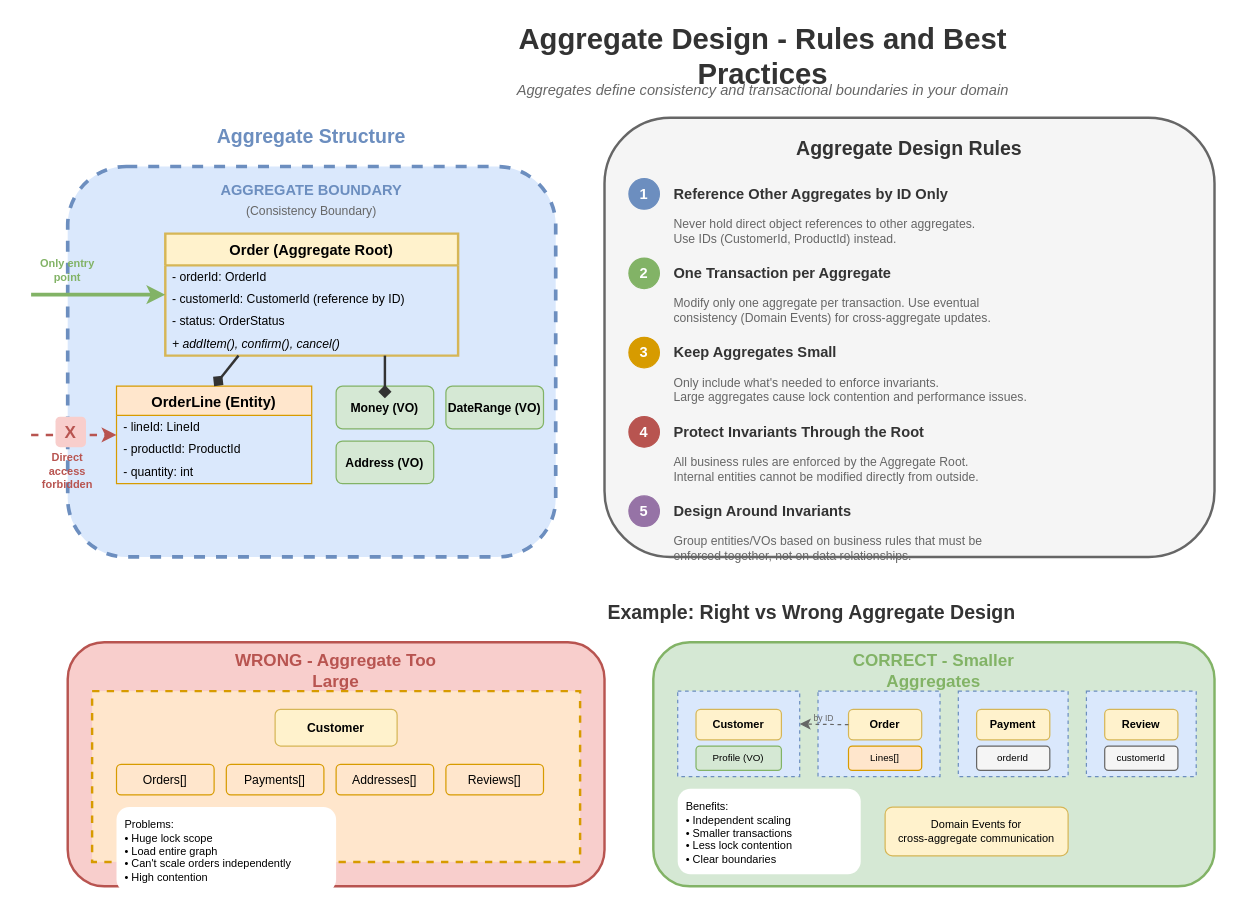
MrParkerZ7/document-lesson-software-architect-x-claude keeps this draw.io diagram as lesson-01-software-design-architecture/diagrams/1.5.3-ddd-aggregate-design.drawio. Above is the earlier version. Source tidied: cells renumbered, new cells numbered last; positions are measured from the earlier drawing's top-left corner, leaving out a move shared by most shapes. Both pictures are drawn from the tidied source at 122%, with x=0, y=0 at pixel (30, 32).
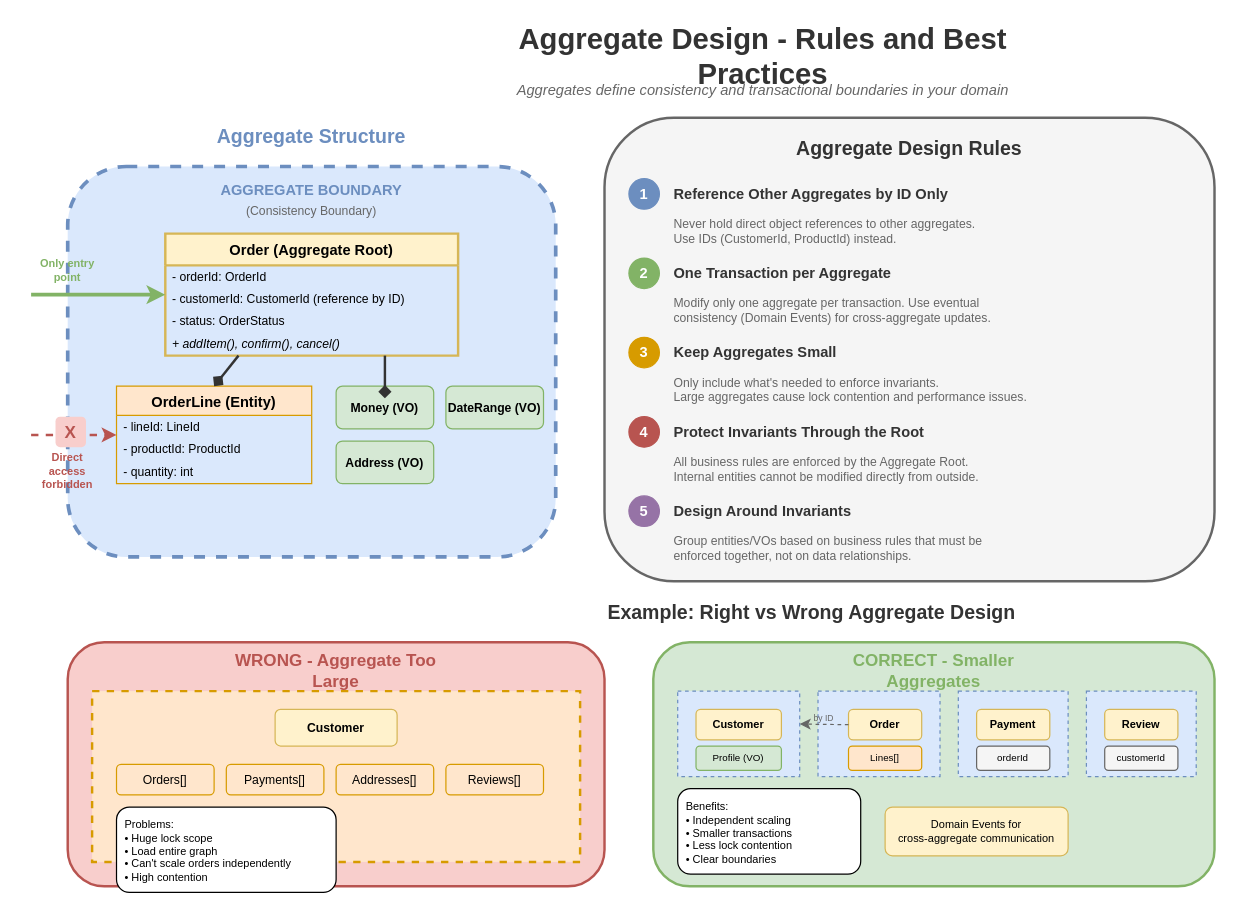
The same diagram, later.

The edit, as a diff of the source:
```diff
@@
     <mxCell id="27" style="rounded=1;whiteSpace=wrap;html=1;fillColor=#f5f5f5;strokeColor=#666666;strokeWidth=2;" parent="1" vertex="1">
-      <mxGeometry x="470" y="70" width="500" height="360" as="geometry" />
+      <mxGeometry x="470" y="70" width="500" height="380" as="geometry" />
     </mxCell>
@@
-    <mxCell id="53" value="Problems:&#10;• Huge lock scope&#10;• Load entire graph&#10;• Can't scale orders independently&#10;• High contention" style="text;html=1;strokeColor=none;fillColor=#ffffff;align=left;verticalAlign=top;whiteSpace=wrap;rounded=1;fontSize=9;spacingLeft=5;spacingTop=3;" parent="1" vertex="1">
+    <mxCell id="53" value="Problems:&#10;• Huge lock scope&#10;• Load entire graph&#10;• Can't scale orders independently&#10;• High contention" style="text;html=1;strokeColor=default;fillColor=#ffffff;align=left;verticalAlign=top;whiteSpace=wrap;rounded=1;fontSize=9;spacingLeft=5;spacingTop=3;" parent="1" vertex="1">
       <mxGeometry x="70" y="635" width="180" height="70" as="geometry" />
     </mxCell>
@@
-    <mxCell id="70" value="Benefits:&#10;• Independent scaling&#10;• Smaller transactions&#10;• Less lock contention&#10;• Clear boundaries" style="text;html=1;strokeColor=none;fillColor=#ffffff;align=left;verticalAlign=top;whiteSpace=wrap;rounded=1;fontSize=9;spacingLeft=5;spacingTop=3;" parent="1" vertex="1">
+    <mxCell id="70" value="Benefits:&#10;• Independent scaling&#10;• Smaller transactions&#10;• Less lock contention&#10;• Clear boundaries" style="text;html=1;strokeColor=default;fillColor=#ffffff;align=left;verticalAlign=top;whiteSpace=wrap;rounded=1;fontSize=9;spacingLeft=5;spacingTop=3;" parent="1" vertex="1">
       <mxGeometry x="530" y="620" width="150" height="70" as="geometry" />
     </mxCell>
```
